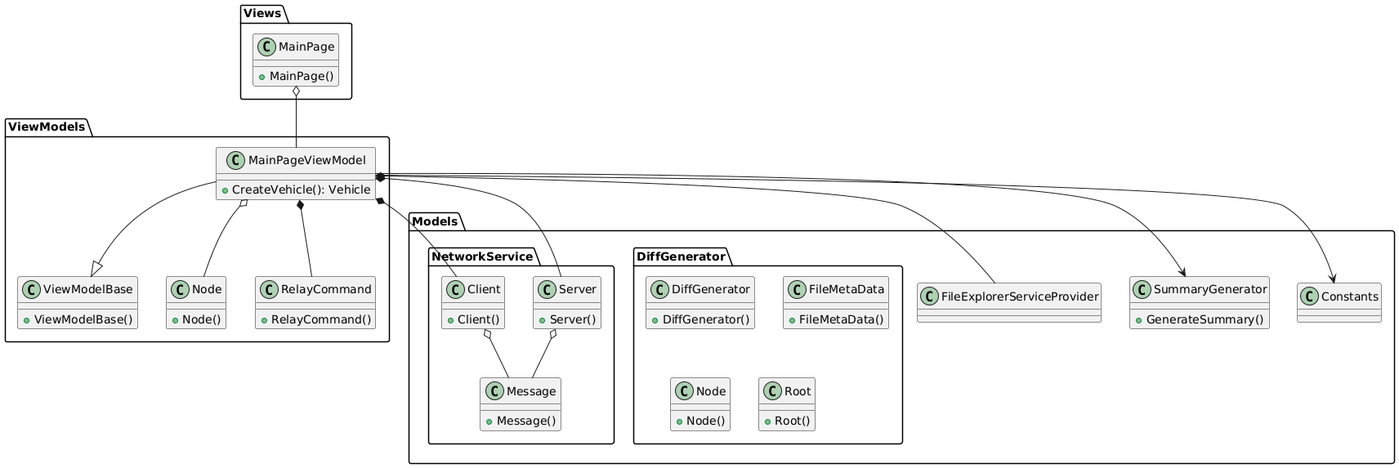
Above: module_and_class_diagram.png in dshreddy/FileCloner (PlantUML), before the change. The source it was exported from:
```plantuml
@startuml
namespace Views {
   class MainPage {
        +MainPage()
    }
}

namespace ViewModels {
    class ViewModelBase {
        +ViewModelBase()
    }
    class Node{
        +Node()
    }
    class RelayCommand {
        +RelayCommand()
    }
    class MainPageViewModel {
        +CreateVehicle(): Vehicle
    }
}

namespace Models {
    namespace NetworkService {
         class Message{
            + Message()
         }
         class Client{
            + Client()
         }
         class Server{
            + Server()
         }
    }
    namespace DiffGenerator {
         class DiffGenerator{
            + DiffGenerator()
         }
         class FileMetaData{
            + FileMetaData()
         }
         class Node{
            + Node()
         }
         class Root{
            + Root()
         }
    }
    class FileExplorerServiceProvider{
    }
    class SummaryGenerator{
         + GenerateSummary()
    }
    class Constants{
    }
}

Views.MainPage o-- ViewModels.MainPageViewModel

ViewModels.MainPageViewModel --|> ViewModels.ViewModelBase
ViewModels.MainPageViewModel o-- ViewModels.Node
ViewModels.MainPageViewModel *-- ViewModels.RelayCommand
Models.NetworkService.Server o-- Models.NetworkService.Message
Models.NetworkService.Client o-- Models.NetworkService.Message

ViewModels.MainPageViewModel *-- Models.NetworkService.Server
ViewModels.MainPageViewModel *-- Models.NetworkService.Client
ViewModels.MainPageViewModel *-- Models.FileExplorerServiceProvider
ViewModels.MainPageViewModel --> Models.SummaryGenerator
ViewModels.MainPageViewModel --> Models.Constants
@enduml
```
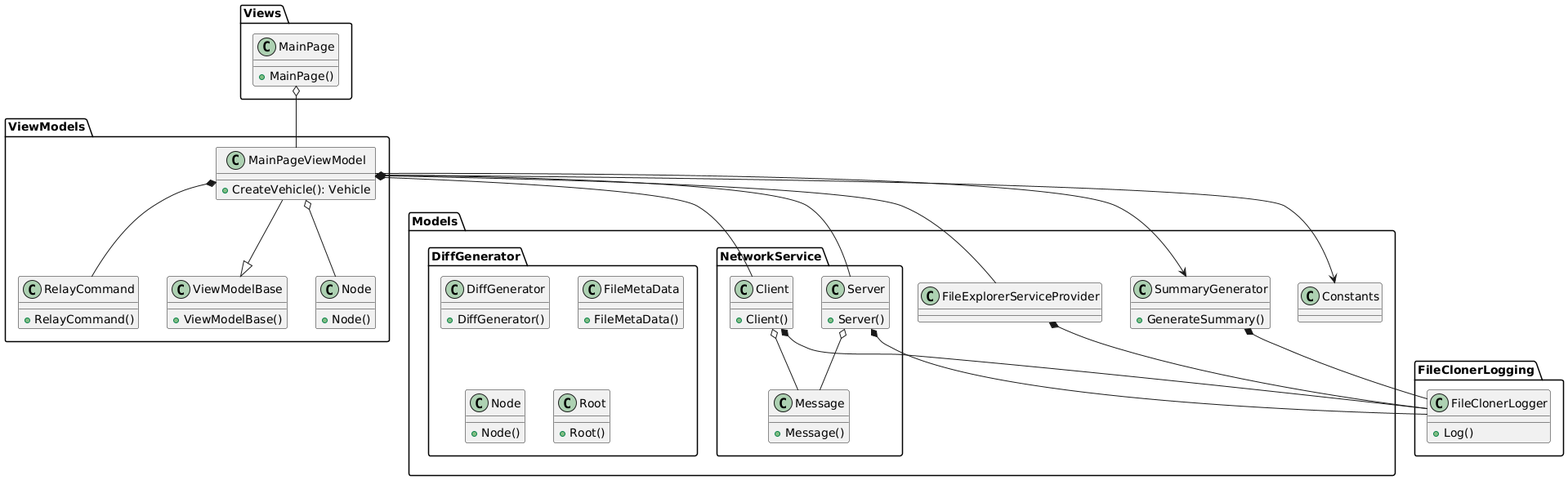
Above is the later version.

Commit message:
Update module and class diagram

What changed in the source:
```diff
@@ -2,6 +2,12 @@
 namespace Views {
    class MainPage {
         +MainPage()
+    }
+}
+
+namespace FileClonerLogging {
+   class FileClonerLogger {
+        +Log()
     }
 }
 
@@ -63,6 +69,11 @@
 Models.NetworkService.Server o-- Models.NetworkService.Message
 Models.NetworkService.Client o-- Models.NetworkService.Message
 
+Models.NetworkService.Server *-- FileClonerLogging.FileClonerLogger
+Models.NetworkService.Client *-- FileClonerLogging.FileClonerLogger
+Models.FileExplorerServiceProvider *-- FileClonerLogging.FileClonerLogger
+Models.SummaryGenerator *-- FileClonerLogging.FileClonerLogger
+
 ViewModels.MainPageViewModel *-- Models.NetworkService.Server
 ViewModels.MainPageViewModel *-- Models.NetworkService.Client
 ViewModels.MainPageViewModel *-- Models.FileExplorerServiceProvider
```
